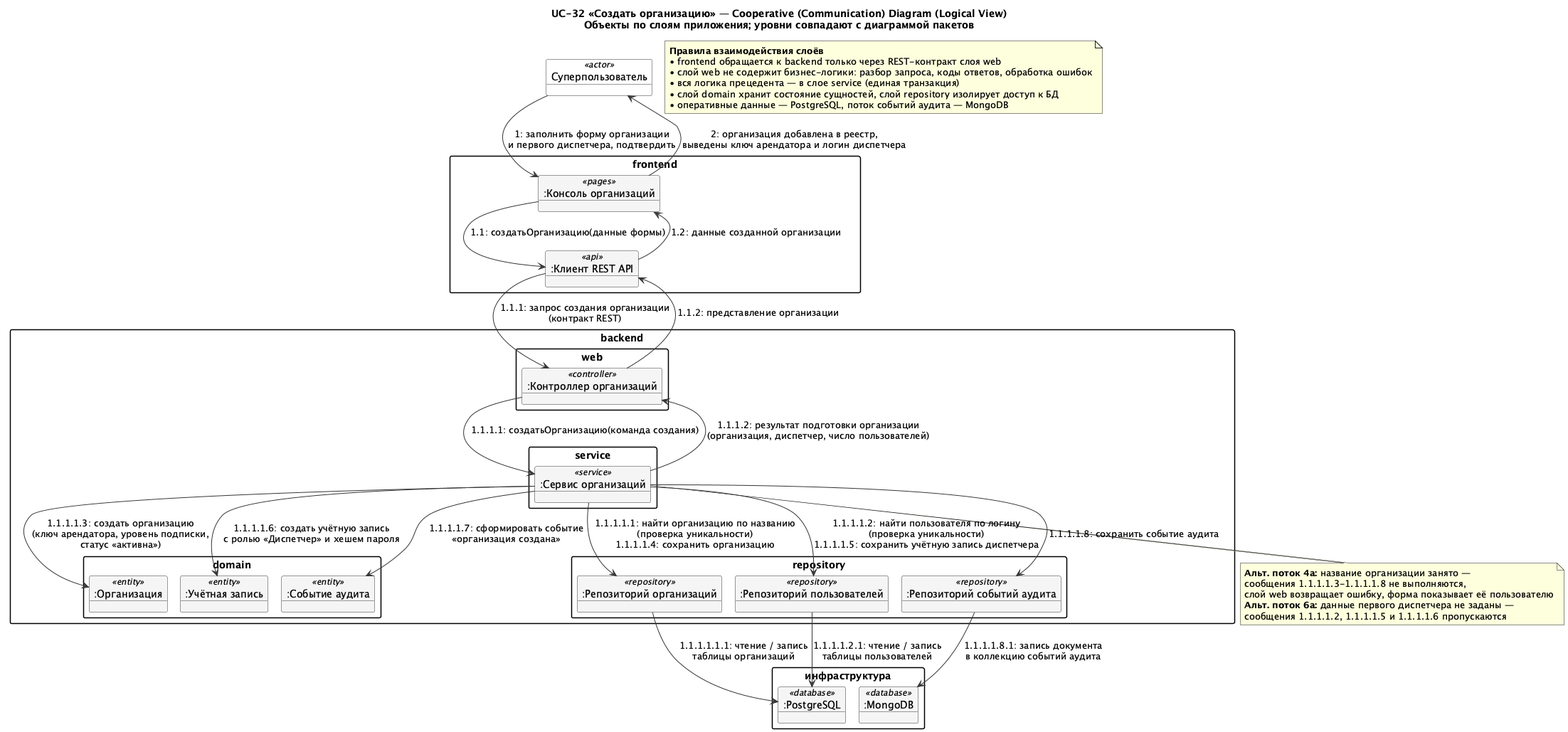
Earlier version of the PlantUML export docs/diagrams/out/COL_UC32_LogicalView.png (granikartem/MPI). The source it was exported from:
```plantuml
@startuml COL_UC32_LogicalView
!pragma layout smetana
skinparam shadowing false
skinparam objectBackgroundColor #F5F5F5
skinparam objectBorderColor #333333
skinparam packageStyle rectangle
skinparam ArrowColor #333333

title UC-32 «Создать организацию» — Cooperative (Communication) Diagram (Logical View)\nОбъекты по слоям приложения; уровни совпадают с диаграммой пакетов

object "Суперпользователь" as SU <<actor>> #White

package "frontend" {
  object ":Консоль организаций" as UI <<pages>>
  object ":Клиент REST API" as API <<api>>
}

package "backend" {
  package "web" {
    object ":Контроллер организаций" as WEB <<controller>>
  }
  package "service" {
    object ":Сервис организаций" as SVC <<service>>
  }
  package "domain" {
    object ":Организация" as ORG <<entity>>
    object ":Учётная запись" as USR <<entity>>
    object ":Событие аудита" as EVT <<entity>>
  }
  package "repository" {
    object ":Репозиторий организаций" as OREPO <<repository>>
    object ":Репозиторий пользователей" as UREPO <<repository>>
    object ":Репозиторий событий аудита" as AREPO <<repository>>
  }
}

package "инфраструктура" {
  object ":PostgreSQL" as PG <<database>>
  object ":MongoDB" as MG <<database>>
}

SU --> UI : 1: заполнить форму организации\nи первого диспетчера, подтвердить
UI --> API : 1.1: создатьОрганизацию(данные формы)
API --> WEB : 1.1.1: запрос создания организации\n(контракт REST)
WEB --> SVC : 1.1.1.1: создатьОрганизацию(команда создания)

SVC --> OREPO : 1.1.1.1.1: найти организацию по названию\n(проверка уникальности)\n1.1.1.1.4: сохранить организацию
SVC --> UREPO : 1.1.1.1.2: найти пользователя по логину\n(проверка уникальности)\n1.1.1.1.5: сохранить учётную запись диспетчера
SVC --> ORG : 1.1.1.1.3: создать организацию\n(ключ арендатора, уровень подписки,\nстатус «активна»)
SVC --> USR : 1.1.1.1.6: создать учётную запись\nс ролью «Диспетчер» и хешем пароля
SVC --> EVT : 1.1.1.1.7: сформировать событие\n«организация создана»
SVC --> AREPO : 1.1.1.1.8: сохранить событие аудита

OREPO --> PG : 1.1.1.1.1.1: чтение / запись\nтаблицы организаций
UREPO --> PG : 1.1.1.1.2.1: чтение / запись\nтаблицы пользователей
AREPO --> MG : 1.1.1.1.8.1: запись документа\nв коллекцию событий аудита

SVC --> WEB : 1.1.1.2: результат подготовки организации\n(организация, диспетчер, число пользователей)
WEB --> API : 1.1.2: представление организации
API --> UI : 1.2: данные созданной организации
UI --> SU : 2: организация добавлена в реестр,\nвыведены ключ арендатора и логин диспетчера

note as N_Layers
  **Правила взаимодействия слоёв**
  • frontend обращается к backend только через REST-контракт слоя web
  • слой web не содержит бизнес-логики: разбор запроса, коды ответов, обработка ошибок
  • вся логика прецедента — в слое service (единая транзакция)
  • слой domain хранит состояние сущностей, слой repository изолирует доступ к БД
  • оперативные данные — PostgreSQL, поток событий аудита — MongoDB
end note

note bottom of SVC
  **Альт. поток 4а:** название организации занято —
  сообщения 1.1.1.1.3-1.1.1.1.8 не выполняются,
  слой web возвращает ошибку, форма показывает её пользователю
  **Альт. поток 6а:** данные первого диспетчера не заданы —
  сообщения 1.1.1.1.2, 1.1.1.1.5 и 1.1.1.1.6 пропускаются
end note
@enduml
```
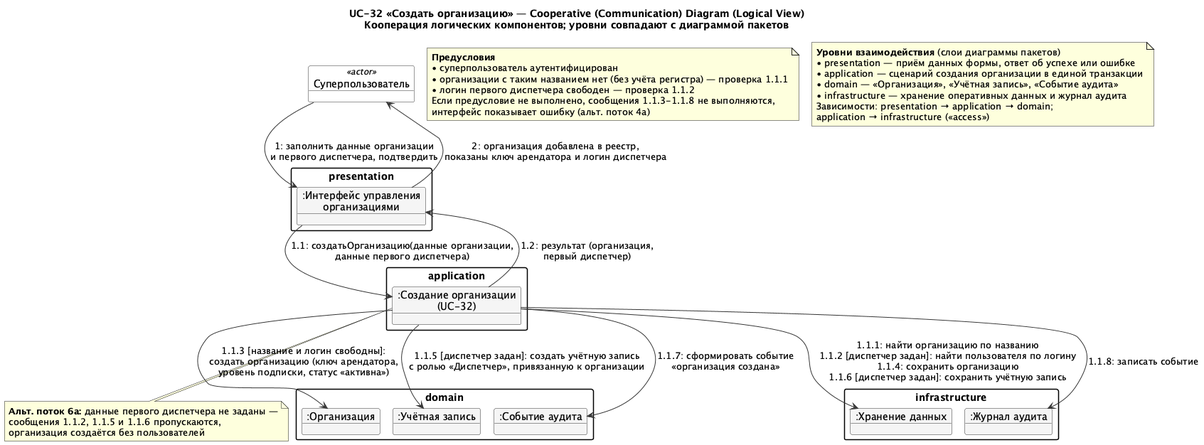
After the change.

The edit, as a diff of the source:
```diff
@@ -6,74 +6,63 @@
 skinparam packageStyle rectangle
 skinparam ArrowColor #333333
 
-title UC-32 «Создать организацию» — Cooperative (Communication) Diagram (Logical View)\nОбъекты по слоям приложения; уровни совпадают с диаграммой пакетов
+title UC-32 «Создать организацию» — Cooperative (Communication) Diagram (Logical View)\nКооперация логических компонентов; уровни совпадают с диаграммой пакетов
 
 object "Суперпользователь" as SU <<actor>> #White
 
-package "frontend" {
-  object ":Консоль организаций" as UI <<pages>>
-  object ":Клиент REST API" as API <<api>>
+package "presentation" {
+  object ":Интерфейс управления\nорганизациями" as PRES
 }
 
-package "backend" {
-  package "web" {
-    object ":Контроллер организаций" as WEB <<controller>>
-  }
-  package "service" {
-    object ":Сервис организаций" as SVC <<service>>
-  }
-  package "domain" {
-    object ":Организация" as ORG <<entity>>
-    object ":Учётная запись" as USR <<entity>>
-    object ":Событие аудита" as EVT <<entity>>
-  }
-  package "repository" {
-    object ":Репозиторий организаций" as OREPO <<repository>>
-    object ":Репозиторий пользователей" as UREPO <<repository>>
-    object ":Репозиторий событий аудита" as AREPO <<repository>>
-  }
+package "application" {
+  object ":Создание организации\n(UC-32)" as APP
 }
 
-package "инфраструктура" {
-  object ":PostgreSQL" as PG <<database>>
-  object ":MongoDB" as MG <<database>>
+package "domain" {
+  object ":Организация" as ORG
+  object ":Учётная запись" as USR
+  object ":Событие аудита" as EVT
 }
 
-SU --> UI : 1: заполнить форму организации\nи первого диспетчера, подтвердить
-UI --> API : 1.1: создатьОрганизацию(данные формы)
-API --> WEB : 1.1.1: запрос создания организации\n(контракт REST)
-WEB --> SVC : 1.1.1.1: создатьОрганизацию(команда создания)
+package "infrastructure" {
+  object ":Хранение данных" as STORE
+  object ":Журнал аудита" as AUDIT
+}
 
-SVC --> OREPO : 1.1.1.1.1: найти организацию по названию\n(проверка уникальности)\n1.1.1.1.4: сохранить организацию
-SVC --> UREPO : 1.1.1.1.2: найти пользователя по логину\n(проверка уникальности)\n1.1.1.1.5: сохранить учётную запись диспетчера
-SVC --> ORG : 1.1.1.1.3: создать организацию\n(ключ арендатора, уровень подписки,\nстатус «активна»)
-SVC --> USR : 1.1.1.1.6: создать учётную запись\nс ролью «Диспетчер» и хешем пароля
-SVC --> EVT : 1.1.1.1.7: сформировать событие\n«организация создана»
-SVC --> AREPO : 1.1.1.1.8: сохранить событие аудита
+SU --> PRES : 1: заполнить данные организации\nи первого диспетчера, подтвердить
+PRES --> APP : 1.1: создатьОрганизацию(данные организации,\nданные первого диспетчера)
 
-OREPO --> PG : 1.1.1.1.1.1: чтение / запись\nтаблицы организаций
-UREPO --> PG : 1.1.1.1.2.1: чтение / запись\nтаблицы пользователей
-AREPO --> MG : 1.1.1.1.8.1: запись документа\nв коллекцию событий аудита
+APP --> STORE : 1.1.1: найти организацию по названию\n1.1.2 [диспетчер задан]: найти пользователя по логину\n1.1.4: сохранить организацию\n1.1.6 [диспетчер задан]: сохранить учётную запись
+APP --> ORG : 1.1.3 [название и логин свободны]:\nсоздать организацию (ключ арендатора,\nуровень подписки, статус «активна»)
+APP --> USR : 1.1.5 [диспетчер задан]: создать учётную запись\nс ролью «Диспетчер», привязанную к организации
+APP --> EVT : 1.1.7: сформировать событие\n«организация создана»
+APP --> AUDIT : 1.1.8: записать событие
 
-SVC --> WEB : 1.1.1.2: результат подготовки организации\n(организация, диспетчер, число пользователей)
-WEB --> API : 1.1.2: представление организации
-API --> UI : 1.2: данные созданной организации
-UI --> SU : 2: организация добавлена в реестр,\nвыведены ключ арендатора и логин диспетчера
+APP --> PRES : 1.2: результат (организация,\nпервый диспетчер)
+PRES --> SU : 2: организация добавлена в реестр,\nпоказаны ключ арендатора и логин диспетчера
+
+note as N_Pre
+  **Предусловия**
+  • суперпользователь аутентифицирован
+  • организации с таким названием нет (без учёта регистра) — проверка 1.1.1
+  • логин первого диспетчера свободен — проверка 1.1.2
+  Если предусловие не выполнено, сообщения 1.1.3-1.1.8 не выполняются,
+  интерфейс показывает ошибку (альт. поток 4а)
+end note
 
 note as N_Layers
-  **Правила взаимодействия слоёв**
-  • frontend обращается к backend только через REST-контракт слоя web
-  • слой web не содержит бизнес-логики: разбор запроса, коды ответов, обработка ошибок
-  • вся логика прецедента — в слое service (единая транзакция)
-  • слой domain хранит состояние сущностей, слой repository изолирует доступ к БД
-  • оперативные данные — PostgreSQL, поток событий аудита — MongoDB
+  **Уровни взаимодействия** (слои диаграммы пакетов)
+  • presentation — приём данных формы, ответ об успехе или ошибке
+  • application — сценарий создания организации в единой транзакции
+  • domain — «Организация», «Учётная запись», «Событие аудита»
+  • infrastructure — хранение оперативных данных и журнал аудита
+  Зависимости: presentation → application → domain;
+  application → infrastructure (<<access>>)
 end note
 
-note bottom of SVC
-  **Альт. поток 4а:** название организации занято —
-  сообщения 1.1.1.1.3-1.1.1.1.8 не выполняются,
-  слой web возвращает ошибку, форма показывает её пользователю
+note bottom of APP
   **Альт. поток 6а:** данные первого диспетчера не заданы —
-  сообщения 1.1.1.1.2, 1.1.1.1.5 и 1.1.1.1.6 пропускаются
+  сообщения 1.1.2, 1.1.5 и 1.1.6 пропускаются,
+  организация создаётся без пользователей
 end note
 @enduml
```
